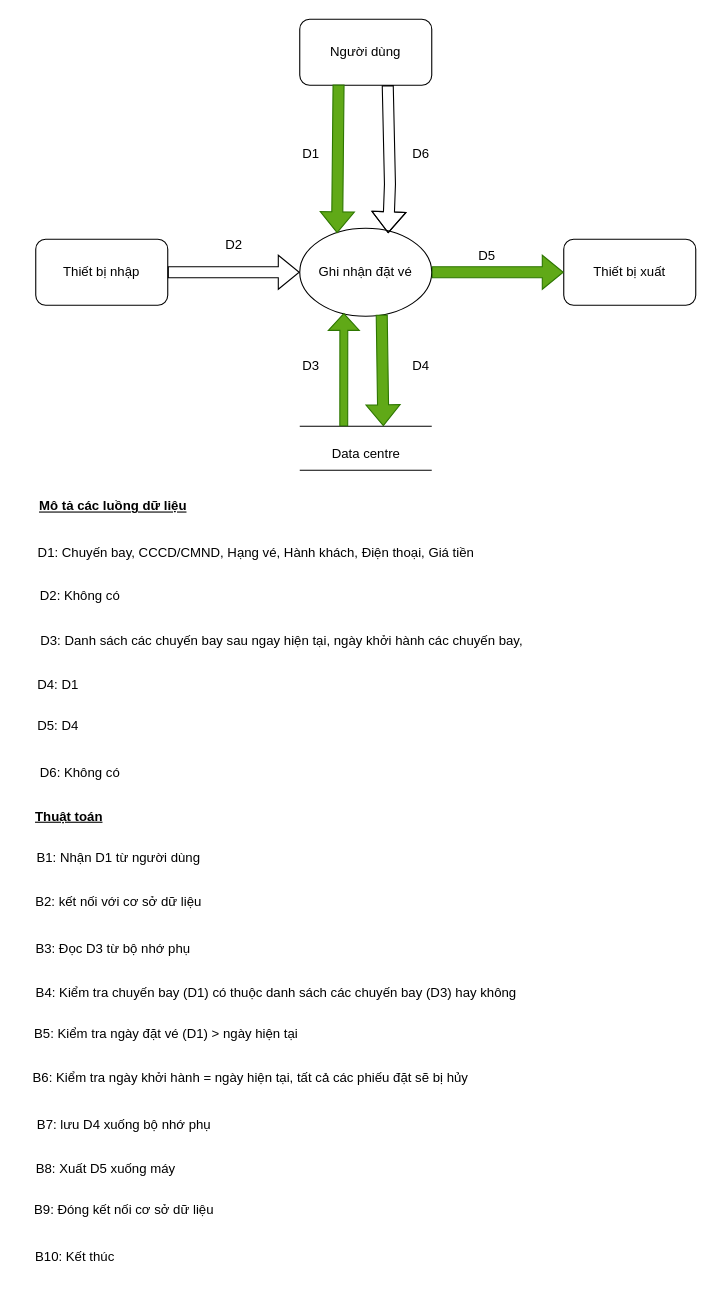
This is DFD/yc3_luu_tru.drawio from phat9824/Flight_ticket_manegement, a draw.io file, before an edit. Source tidied: cells renumbered, new cells numbered last; positions are measured from the earlier drawing's top-left corner, leaving out a move shared by most shapes. Both pictures are drawn from the tidied source at 110%, with x=0, y=0 at pixel (19, 19).
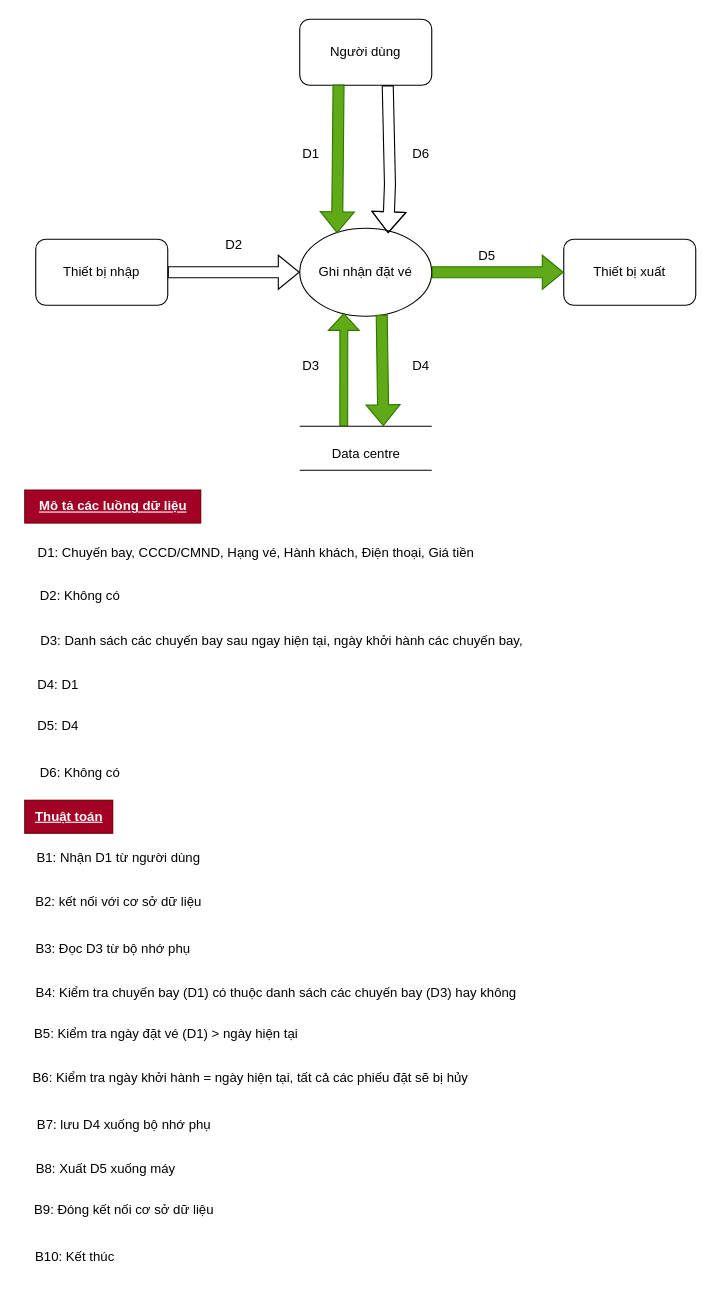
The same page after the edit.

What changed in the source:
```diff
@@
-    <mxCell id="27" value="&lt;b&gt;&lt;u&gt;Mô tả các luồng dữ liệu&lt;/u&gt;&lt;/b&gt;" style="text;html=1;align=center;verticalAlign=middle;strokeColor=none;fillColor=none;" parent="1" vertex="1">
+    <mxCell id="27" value="&lt;b&gt;&lt;u&gt;Mô tả các luồng dữ liệu&lt;/u&gt;&lt;/b&gt;" style="text;html=1;align=center;verticalAlign=middle;strokeColor=#6F0000;fillColor=#a20025;fontColor=#ffffff;" parent="1" vertex="1">
       <mxGeometry x="5" y="428" width="160" height="30" as="geometry" />
     </mxCell>
-    <mxCell id="28" value="&lt;b&gt;&lt;u&gt;Thuật toán&lt;/u&gt;&lt;/b&gt;" style="text;html=1;align=center;verticalAlign=middle;strokeColor=none;fillColor=none;" parent="1" vertex="1">
+    <mxCell id="28" value="&lt;b&gt;&lt;u&gt;Thuật toán&lt;/u&gt;&lt;/b&gt;" style="text;html=1;align=center;verticalAlign=middle;strokeColor=#6F0000;fillColor=#a20025;fontColor=#ffffff;" parent="1" vertex="1">
       <mxGeometry x="5" y="710" width="80" height="30" as="geometry" />
     </mxCell>
```
